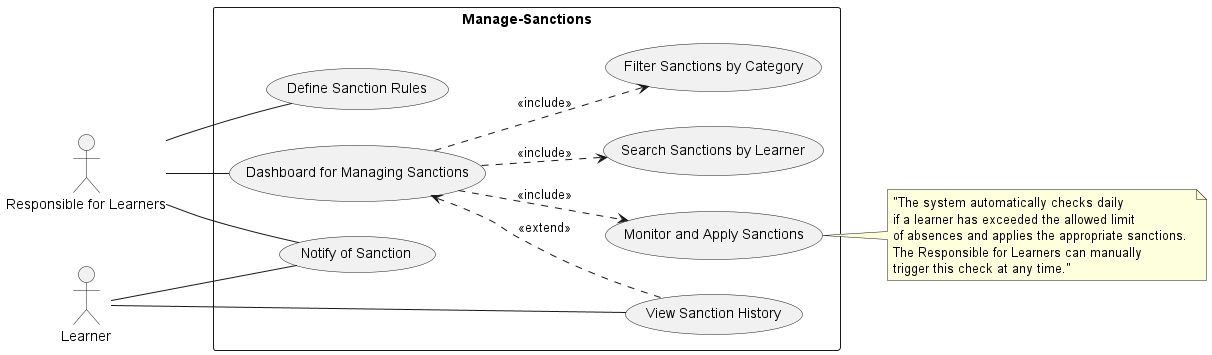
The PlantUML diagram out/Functional Branch/Use Case/Use-Case-General/Use-Case-General.png in Tribak-Ayoub/Project-fil-rouge, before a commit.
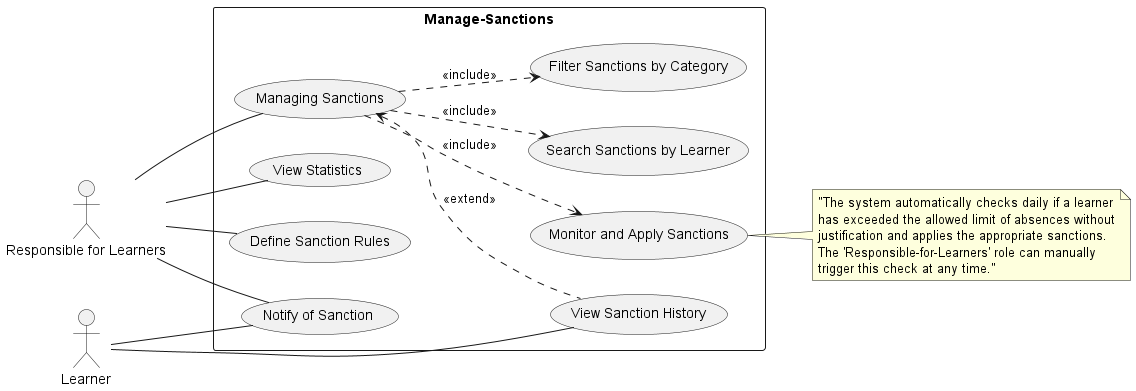
Later version of the same file.

Commit message:
import usecase as png

Diff of the diagram source:
```diff
@@ -8,16 +8,17 @@
   usecase "Monitor and Apply Sanctions" as UC2
   usecase "Notify of Sanction" as UC3
   usecase "View Sanction History" as UC4
-  usecase "Dashboard for Managing Sanctions" as UC5
+  usecase "Managing Sanctions" as UC5
   usecase "Search Sanctions by Learner" as UC6
   usecase "Filter Sanctions by Category" as UC7
+  usecase "View Statistics" as UC8
 }
 
 note right of UC2
-"The system automatically checks daily
-if a learner has exceeded the allowed limit
-of absences and applies the appropriate sanctions.
-The Responsible for Learners can manually
+"The system automatically checks daily if a learner
+has exceeded the allowed limit of absences without
+justification and applies the appropriate sanctions.
+The 'Responsible-for-Learners' role can manually
 trigger this check at any time."
 end note
 
@@ -25,6 +26,7 @@
 
 Admin -- UC3
 Admin -- UC5
+Admin -- UC8
 
 Learner -- UC3
 Learner -- UC4
```
